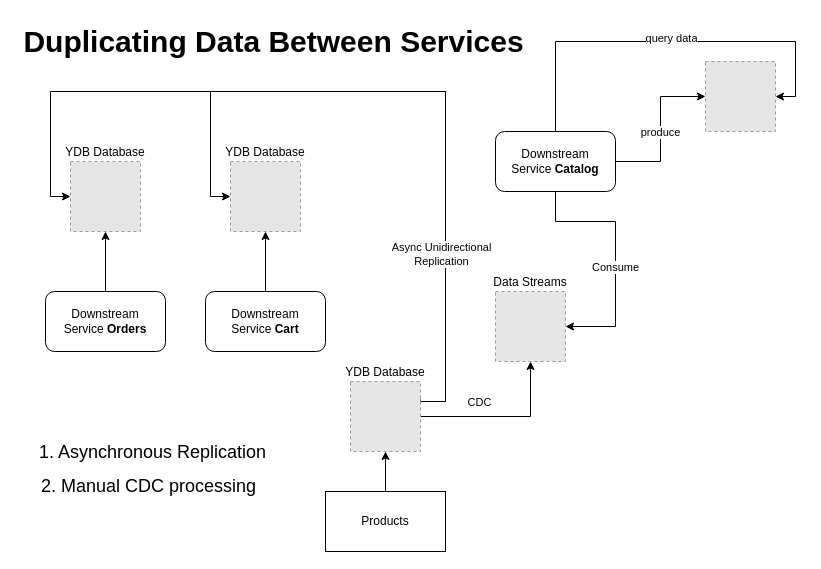
The draw.io diagram app/docs/architecture/duplicating-data-between-services/duplicating-data-between-services.drawio in bratushkadan/diploma, before the edit. Source tidied: cells renumbered, new cells numbered last; positions are measured from the earlier drawing's top-left corner, leaving out a move shared by most shapes. Both pictures are drawn from the tidied source at 100%, with x=0, y=0 at pixel (29, 17). Pictures stored in the file or linked from it are replaced by grey dashed boxes.
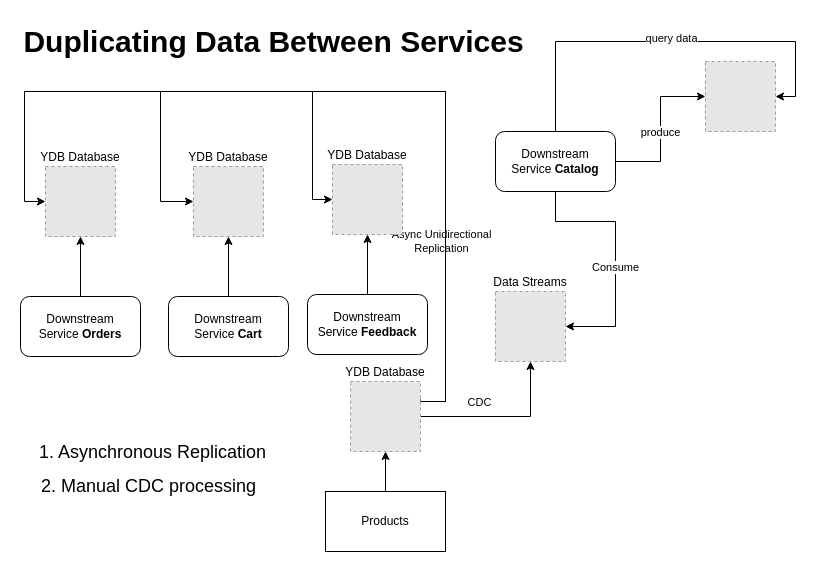
After the change.

Commit message:
feat(docs):update services data streams doc

Unchanged cells that the change refers to:
```xml
<mxCell id="9" value="YDB Database" style="fillColor=#E6E6E6;strokeColor=#999999;dashed=1;verticalLabelPosition=top;verticalAlign=bottom;labelPosition=center;align=center;" parent="1" vertex="1">
  <mxGeometry x="321" y="364" width="70" height="70" as="geometry" />
</mxCell>
```

The edit, as a diff of the source:
```diff
@@
     <mxCell id="6" style="edgeStyle=orthogonalEdgeStyle;rounded=0;jettySize=auto;html=1;exitX=1;exitY=0.25;exitDx=0;exitDy=0;entryX=0;entryY=0.5;entryDx=0;entryDy=0;" parent="1" edge="1" source="9" target="23">
       <mxGeometry relative="1" as="geometry">
         <Array as="points">
           <mxPoint x="391" y="384" />
           <mxPoint x="416" y="384" />
           <mxPoint x="416" y="74" />
-          <mxPoint x="21" y="74" />
-          <mxPoint x="21" y="179" />
+          <mxPoint x="-5" y="74" />
+          <mxPoint x="-5" y="184" />
         </Array>
       </mxGeometry>
     </mxCell>
     <mxCell id="7" style="edgeStyle=orthogonalEdgeStyle;rounded=0;jettySize=auto;html=1;exitX=1;exitY=0.25;exitDx=0;exitDy=0;entryX=0;entryY=0.5;entryDx=0;entryDy=0;" parent="1" edge="1" source="9" target="22">
       <mxGeometry relative="1" as="geometry">
         <Array as="points">
           <mxPoint x="391" y="384" />
           <mxPoint x="416" y="384" />
           <mxPoint x="416" y="74" />
-          <mxPoint x="181" y="74" />
-          <mxPoint x="181" y="179" />
+          <mxPoint x="131" y="74" />
+          <mxPoint x="131" y="184" />
         </Array>
       </mxGeometry>
     </mxCell>
@@
+    <mxCell id="28" style="edgeStyle=orthogonalEdgeStyle;rounded=0;jettySize=auto;html=1;exitX=1;exitY=0.25;exitDx=0;exitDy=0;entryX=0;entryY=0.5;entryDx=0;entryDy=0;" parent="1" edge="1" source="9" target="31">
+      <mxGeometry relative="1" as="geometry">
+        <Array as="points">
+          <mxPoint x="391" y="384" />
+          <mxPoint x="416" y="384" />
+          <mxPoint x="416" y="74" />
+          <mxPoint x="283" y="74" />
+          <mxPoint x="283" y="182" />
+        </Array>
+      </mxGeometry>
+    </mxCell>
@@
     <mxCell id="12" value="Downstream&lt;br&gt;Service &lt;b&gt;Orders&lt;/b&gt;" style="rounded=1;whiteSpace=wrap;html=1;" parent="1" vertex="1">
-      <mxGeometry x="16" y="274" width="120" height="60" as="geometry" />
+      <mxGeometry x="-9" y="279" width="120" height="60" as="geometry" />
     </mxCell>
@@
     <mxCell id="14" value="Downstream&lt;br&gt;Service &lt;b&gt;Cart&lt;/b&gt;" style="rounded=1;whiteSpace=wrap;html=1;" parent="1" vertex="1">
-      <mxGeometry x="176" y="274" width="120" height="60" as="geometry" />
+      <mxGeometry x="139" y="279" width="120" height="60" as="geometry" />
     </mxCell>
@@
     <mxCell id="22" value="YDB Database" style="fillColor=#E6E6E6;strokeColor=#999999;dashed=1;verticalLabelPosition=top;verticalAlign=bottom;labelPosition=center;align=center;" parent="1" vertex="1">
-      <mxGeometry x="201" y="144" width="70" height="70" as="geometry" />
+      <mxGeometry x="164" y="149" width="70" height="70" as="geometry" />
     </mxCell>
     <mxCell id="23" value="YDB Database" style="fillColor=#E6E6E6;strokeColor=#999999;dashed=1;verticalLabelPosition=top;verticalAlign=bottom;labelPosition=center;align=center;" parent="1" vertex="1">
-      <mxGeometry x="41" y="144" width="70" height="70" as="geometry" />
+      <mxGeometry x="16" y="149" width="70" height="70" as="geometry" />
     </mxCell>
@@
+    <mxCell id="29" style="edgeStyle=orthogonalEdgeStyle;rounded=0;jettySize=auto;html=1;exitX=0.5;exitY=0;exitDx=0;exitDy=0;" parent="1" edge="1" source="30" target="31">
+      <mxGeometry relative="1" as="geometry" />
+    </mxCell>
+    <mxCell id="30" value="Downstream&lt;br&gt;Service &lt;b&gt;Feedback&lt;/b&gt;" style="rounded=1;whiteSpace=wrap;html=1;" parent="1" vertex="1">
+      <mxGeometry x="278" y="277" width="120" height="60" as="geometry" />
+    </mxCell>
+    <mxCell id="31" value="YDB Database" style="fillColor=#E6E6E6;strokeColor=#999999;dashed=1;verticalLabelPosition=top;verticalAlign=bottom;labelPosition=center;align=center;" parent="1" vertex="1">
+      <mxGeometry x="303" y="147" width="70" height="70" as="geometry" />
+    </mxCell>
```
